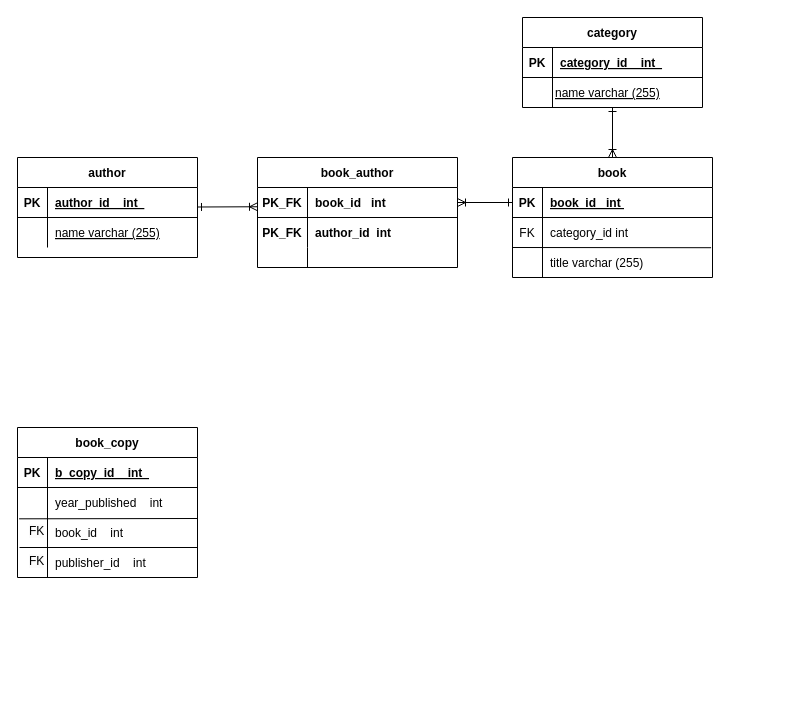
Earlier version of the draw.io diagram тест1.drawio (Dima013/HomeWork). Source tidied: cells renumbered, new cells numbered last; positions are measured from the earlier drawing's top-left corner, leaving out a move shared by most shapes. Both pictures are drawn from the tidied source at 100%, with x=0, y=0 at pixel (17, 17).
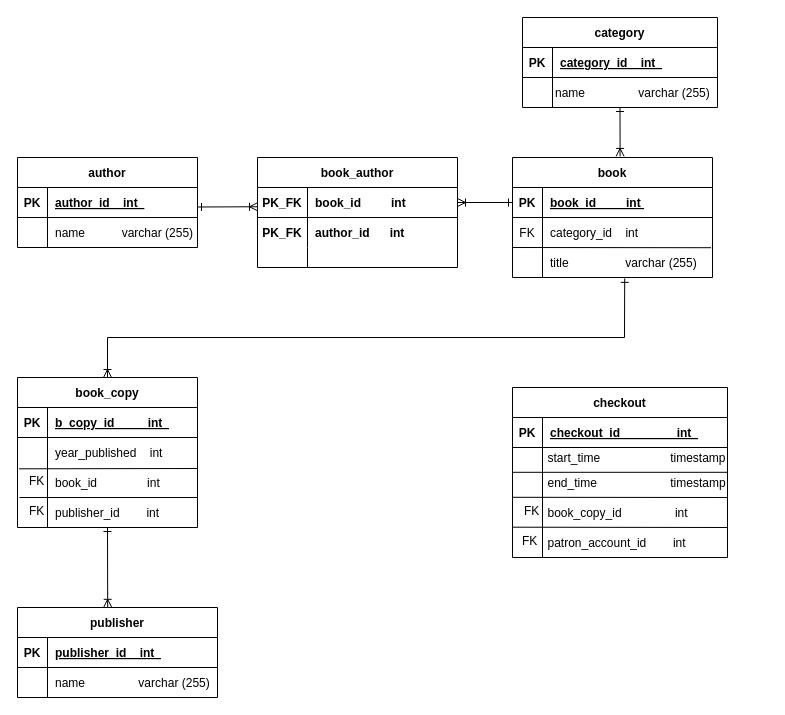
The same diagram, later.

The change refers to these unchanged cells:
```xml
<mxCell id="2" value="book" style="shape=table;startSize=30;childLayout=tableLayout;rowLines=0;fontStyle=1;align=center;" parent="1" vertex="1">
  <mxGeometry x="495" y="140" width="200" height="120" as="geometry" />
</mxCell>
<mxCell id="3" style="shape=partialRectangle;fillColor=none;points=[[0,0.5],[1,0.5]];portConstraint=eastwest;top=0;left=0;right=0;bottom=1;" parent="2" vertex="1">
  <mxGeometry y="30" width="200" height="30" as="geometry" />
</mxCell>
<mxCell id="6" style="shape=partialRectangle;fillColor=none;points=[[0,0.5],[1,0.5]];portConstraint=eastwest;top=0;left=0;right=0;bottom=0;" parent="2" vertex="1">
  <mxGeometry y="60" width="200" height="30" as="geometry" />
</mxCell>
<mxCell id="9" style="shape=partialRectangle;fillColor=none;points=[[0,0.5],[1,0.5]];portConstraint=eastwest;top=0;left=0;right=0;bottom=0;" parent="2" vertex="1">
  <mxGeometry y="90" width="200" height="30" as="geometry" />
</mxCell>
<mxCell id="22" style="shape=partialRectangle;fillColor=none;points=[[0,0.5],[1,0.5]];portConstraint=eastwest;top=0;left=0;right=0;bottom=1;" parent="21" vertex="1">
  <mxGeometry y="30" width="200" height="30" as="geometry" />
</mxCell>
<mxCell id="25" style="shape=partialRectangle;fillColor=none;top=0;left=0;right=0;bottom=0;" parent="21" vertex="1">
  <mxGeometry y="60" width="200" height="30" as="geometry" />
</mxCell>
<mxCell id="42" style="shape=partialRectangle;fillColor=none;top=0;left=0;right=0;bottom=1;" parent="41" vertex="1">
  <mxGeometry y="30" width="180" height="30" as="geometry" />
</mxCell>
<mxCell id="45" style="shape=partialRectangle;fillColor=none;points=[[0,0.5],[1,0.5]];portConstraint=eastwest;top=0;left=0;right=0;bottom=0;" parent="41" vertex="1">
  <mxGeometry y="60" width="180" height="90" as="geometry" />
</mxCell>
```

Change to the diagram source:
```diff
@@
-    <mxCell id="5" value="book_id   int " style="shape=partialRectangle;overflow=hidden;fillColor=none;top=0;left=0;bottom=0;right=0;align=left;spacingLeft=6;fontStyle=5;" parent="3" vertex="1">
+    <mxCell id="5" value="book_id         int " style="shape=partialRectangle;overflow=hidden;fillColor=none;top=0;left=0;bottom=0;right=0;align=left;spacingLeft=6;fontStyle=5;" parent="3" vertex="1">
       <mxGeometry x="30" width="170" height="30" as="geometry" />
     </mxCell>
@@
-    <mxCell id="8" value="category_id int " style="shape=partialRectangle;overflow=hidden;fillColor=none;top=0;left=0;bottom=0;right=0;align=left;spacingLeft=6;" parent="6" vertex="1">
+    <mxCell id="8" value="category_id    int " style="shape=partialRectangle;overflow=hidden;fillColor=none;top=0;left=0;bottom=0;right=0;align=left;spacingLeft=6;" parent="6" vertex="1">
       <mxGeometry x="30" width="170" height="30" as="geometry" />
     </mxCell>
@@
-    <mxCell id="11" value="title varchar (255)" style="shape=partialRectangle;overflow=hidden;fillColor=none;top=0;left=0;bottom=0;right=0;align=left;spacingLeft=6;" parent="9" vertex="1">
+    <mxCell id="11" value="title                 varchar (255)" style="shape=partialRectangle;overflow=hidden;fillColor=none;top=0;left=0;bottom=0;right=0;align=left;spacingLeft=6;" parent="9" vertex="1">
       <mxGeometry x="30" width="170" height="30" as="geometry" />
     </mxCell>
     <mxCell id="12" value="category" style="shape=table;startSize=30;childLayout=tableLayout;rowLines=0;fontStyle=1;align=center;" parent="1" vertex="1">
-      <mxGeometry x="505" width="180" height="90" as="geometry" />
+      <mxGeometry x="505" width="195" height="90" as="geometry" />
     </mxCell>
     <mxCell id="13" style="shape=partialRectangle;fillColor=none;top=0;left=0;right=0;bottom=1;" parent="12" vertex="1">
-      <mxGeometry y="30" width="180" height="30" as="geometry" />
+      <mxGeometry y="30" width="195" height="30" as="geometry" />
     </mxCell>
@@
     <mxCell id="15" value="category_id    int  " style="shape=partialRectangle;overflow=hidden;fillColor=none;top=0;left=0;bottom=0;right=0;align=left;spacingLeft=6;fontStyle=5;" parent="13" vertex="1">
-      <mxGeometry x="30" width="150" height="30" as="geometry" />
+      <mxGeometry x="30" width="165" height="30" as="geometry" />
     </mxCell>
     <mxCell id="16" style="shape=partialRectangle;fillColor=none;top=0;left=0;right=0;bottom=0;" parent="12" vertex="1">
-      <mxGeometry y="60" width="180" height="30" as="geometry" />
+      <mxGeometry y="60" width="195" height="30" as="geometry" />
     </mxCell>
@@
     <mxCell id="18" style="shape=partialRectangle;overflow=hidden;fillColor=none;top=0;left=0;bottom=0;right=0;align=left;spacingLeft=6;" parent="16" vertex="1">
-      <mxGeometry x="30" width="150" height="30" as="geometry" />
+      <mxGeometry x="30" width="165" height="30" as="geometry" />
     </mxCell>
-    <mxCell id="19" value="name varchar (255)" style="shape=partialRectangle;overflow=hidden;fillColor=none;top=0;left=0;bottom=0;right=0;align=left;spacingLeft=6;fontStyle=4;" parent="1" vertex="1">
+    <mxCell id="19" value="name                varchar (255)" style="shape=partialRectangle;overflow=hidden;fillColor=none;top=0;left=0;bottom=0;right=0;align=left;spacingLeft=6;fontStyle=0;" parent="1" vertex="1">
       <mxGeometry x="530" y="60" width="220" height="30" as="geometry" />
     </mxCell>
-    <mxCell id="20" style="endArrow=ERone;startArrow=ERoneToMany;html=1;rounded=0;entryX=0.5;entryY=1;entryDx=0;entryDy=0;exitX=0.5;exitY=0;exitDx=0;exitDy=0;endFill=0;startFill=0;" parent="1" edge="1" source="2" target="12">
+    <mxCell id="20" style="endArrow=ERone;startArrow=ERoneToMany;html=1;rounded=0;entryX=0.5;entryY=1;entryDx=0;entryDy=0;endFill=0;startFill=0;exitX=0.538;exitY=-0.009;exitDx=0;exitDy=0;exitPerimeter=0;" parent="1" edge="1" source="2" target="12">
       <mxGeometry relative="1" as="geometry" />
     </mxCell>
@@
-    <mxCell id="24" value="book_id   int " style="shape=partialRectangle;overflow=hidden;fillColor=none;top=0;left=0;bottom=0;right=0;align=left;spacingLeft=6;fontStyle=1;" parent="22" vertex="1">
+    <mxCell id="24" value="book_id         int " style="shape=partialRectangle;overflow=hidden;fillColor=none;top=0;left=0;bottom=0;right=0;align=left;spacingLeft=6;fontStyle=1;" parent="22" vertex="1">
       <mxGeometry x="50" width="150" height="30" as="geometry" />
     </mxCell>
@@
-    <mxCell id="27" value="author_id  int" style="shape=partialRectangle;overflow=hidden;fillColor=none;top=0;left=0;bottom=0;right=0;align=left;spacingLeft=6;fontStyle=1;" parent="25" vertex="1">
+    <mxCell id="27" value="author_id      int" style="shape=partialRectangle;overflow=hidden;fillColor=none;top=0;left=0;bottom=0;right=0;align=left;spacingLeft=6;fontStyle=1;" parent="25" vertex="1">
       <mxGeometry x="50" width="150" height="30" as="geometry" />
     </mxCell>
@@
     <mxCell id="32" value="author" style="shape=table;startSize=30;childLayout=tableLayout;rowLines=0;fontStyle=1;align=center;" parent="1" vertex="1">
-      <mxGeometry y="140" width="180" height="100" as="geometry" />
+      <mxGeometry y="140" width="180" height="90" as="geometry" />
     </mxCell>
@@
-    <mxCell id="39" value="name varchar (255)" style="shape=partialRectangle;overflow=hidden;fillColor=none;top=0;left=0;bottom=0;right=0;align=left;spacingLeft=6;fontStyle=4;" parent="1" vertex="1">
+    <mxCell id="39" value="name           varchar (255)" style="shape=partialRectangle;overflow=hidden;fillColor=none;top=0;left=0;bottom=0;right=0;align=left;spacingLeft=6;fontStyle=0;" parent="1" vertex="1">
       <mxGeometry x="30" y="200" width="220" height="30" as="geometry" />
     </mxCell>
@@
     <mxCell id="41" value="book_copy" style="shape=table;startSize=30;childLayout=tableLayout;rowLines=0;fontStyle=1;align=center;" parent="1" vertex="1">
-      <mxGeometry y="410" width="180" height="150" as="geometry" />
+      <mxGeometry y="360" width="180" height="150" as="geometry" />
     </mxCell>
@@
-    <mxCell id="44" value="b_copy_id    int  " style="shape=partialRectangle;overflow=hidden;fillColor=none;top=0;left=0;bottom=0;right=0;align=left;spacingLeft=6;fontStyle=5;" parent="42" vertex="1">
+    <mxCell id="44" value="b_copy_id          int  " style="shape=partialRectangle;overflow=hidden;fillColor=none;top=0;left=0;bottom=0;right=0;align=left;spacingLeft=6;fontStyle=5;" parent="42" vertex="1">
       <mxGeometry x="30" width="150" height="30" as="geometry" />
     </mxCell>
@@
     <mxCell id="48" value="year_published    int  " style="shape=partialRectangle;overflow=hidden;fillColor=none;top=0;left=0;bottom=0;right=0;align=left;spacingLeft=6;fontStyle=0;" parent="1" vertex="1">
-      <mxGeometry x="30" y="470" width="150" height="30" as="geometry" />
+      <mxGeometry x="30" y="420" width="150" height="30" as="geometry" />
     </mxCell>
-    <mxCell id="49" value="book_id    int  " style="shape=partialRectangle;overflow=hidden;fillColor=none;top=0;left=0;bottom=0;right=0;align=left;spacingLeft=6;fontStyle=0;" parent="1" vertex="1">
-      <mxGeometry x="30" y="500" width="150" height="30" as="geometry" />
+    <mxCell id="49" value="book_id               int  " style="shape=partialRectangle;overflow=hidden;fillColor=none;top=0;left=0;bottom=0;right=0;align=left;spacingLeft=6;fontStyle=0;" parent="1" vertex="1">
+      <mxGeometry x="30" y="450" width="150" height="30" as="geometry" />
     </mxCell>
     <mxCell id="50" style="endArrow=none;html=1;rounded=0;exitX=0.009;exitY=0.348;exitDx=0;exitDy=0;exitPerimeter=0;" parent="1" edge="1" source="45">
       <mxGeometry relative="1" as="geometry">
-        <mxPoint x="180" y="501" as="targetPoint" />
+        <mxPoint x="180" y="451" as="targetPoint" />
       </mxGeometry>
     </mxCell>
@@
     <mxCell id="52" style="endArrow=none;html=1;rounded=0;exitX=0.009;exitY=0.348;exitDx=0;exitDy=0;exitPerimeter=0;" parent="1" edge="1">
       <mxGeometry relative="1" as="geometry">
-        <mxPoint x="2" y="530" as="sourcePoint" />
-        <mxPoint x="180" y="530" as="targetPoint" />
+        <mxPoint x="2" y="480" as="sourcePoint" />
+        <mxPoint x="180" y="480" as="targetPoint" />
       </mxGeometry>
     </mxCell>
     <mxCell id="53" value="&lt;span style=&quot;color: rgb(0, 0, 0); font-family: Helvetica; font-size: 12px; font-style: normal; font-variant-ligatures: normal; font-variant-caps: normal; font-weight: 400; letter-spacing: normal; orphans: 2; text-align: center; text-indent: 0px; text-transform: none; widows: 2; word-spacing: 0px; -webkit-text-stroke-width: 0px; background-color: rgb(251, 251, 251); text-decoration-thickness: initial; text-decoration-style: initial; text-decoration-color: initial; float: none; display: inline !important;&quot;&gt;FK&lt;/span&gt;" style="text;whiteSpace=wrap;html=1;" parent="1" vertex="1">
-      <mxGeometry x="10" y="530" width="20" height="30" as="geometry" />
+      <mxGeometry x="10" y="480" width="20" height="30" as="geometry" />
     </mxCell>
     <mxCell id="54" value="&lt;span style=&quot;color: rgb(0, 0, 0); font-family: Helvetica; font-size: 12px; font-style: normal; font-variant-ligatures: normal; font-variant-caps: normal; font-weight: 400; letter-spacing: normal; orphans: 2; text-align: center; text-indent: 0px; text-transform: none; widows: 2; word-spacing: 0px; -webkit-text-stroke-width: 0px; background-color: rgb(251, 251, 251); text-decoration-thickness: initial; text-decoration-style: initial; text-decoration-color: initial; float: none; display: inline !important;&quot;&gt;FK&lt;/span&gt;" style="text;whiteSpace=wrap;html=1;" parent="1" vertex="1">
-      <mxGeometry x="10" y="500" width="20" height="30" as="geometry" />
+      <mxGeometry x="10" y="450" width="20" height="30" as="geometry" />
     </mxCell>
-    <mxCell id="55" value="publisher_id    int  " style="shape=partialRectangle;overflow=hidden;fillColor=none;top=0;left=0;bottom=0;right=0;align=left;spacingLeft=6;fontStyle=0;" parent="1" vertex="1">
-      <mxGeometry x="30" y="530" width="150" height="30" as="geometry" />
+    <mxCell id="55" value="publisher_id        int  " style="shape=partialRectangle;overflow=hidden;fillColor=none;top=0;left=0;bottom=0;right=0;align=left;spacingLeft=6;fontStyle=0;" parent="1" vertex="1">
+      <mxGeometry x="30" y="480" width="150" height="30" as="geometry" />
     </mxCell>
+    <mxCell id="56" style="endArrow=ERone;startArrow=ERoneToMany;html=1;rounded=0;exitX=0.5;exitY=0;exitDx=0;exitDy=0;entryX=0.561;entryY=1.029;entryDx=0;entryDy=0;entryPerimeter=0;startFill=0;endFill=0;" parent="1" edge="1" source="41" target="9">
+      <mxGeometry relative="1" as="geometry">
+        <Array as="points">
+          <mxPoint x="90" y="320" />
+          <mxPoint x="607" y="320" />
+        </Array>
+      </mxGeometry>
+    </mxCell>
+    <mxCell id="57" value="publisher" style="shape=table;startSize=30;childLayout=tableLayout;rowLines=0;fontStyle=1;align=center;" parent="1" vertex="1">
+      <mxGeometry y="590" width="200" height="90" as="geometry" />
+    </mxCell>
+    <mxCell id="58" style="shape=partialRectangle;fillColor=none;top=0;left=0;right=0;bottom=1;" parent="57" vertex="1">
+      <mxGeometry y="30" width="200" height="30" as="geometry" />
+    </mxCell>
+    <mxCell id="59" value="PK" style="shape=partialRectangle;overflow=hidden;fillColor=none;top=0;left=0;bottom=0;right=0;fontStyle=1;" parent="58" vertex="1">
+      <mxGeometry width="30" height="30" as="geometry" />
+    </mxCell>
+    <mxCell id="60" value="publisher_id    int  " style="shape=partialRectangle;overflow=hidden;fillColor=none;top=0;left=0;bottom=0;right=0;align=left;spacingLeft=6;fontStyle=5;" parent="58" vertex="1">
+      <mxGeometry x="30" width="170" height="30" as="geometry" />
+    </mxCell>
+    <mxCell id="61" style="shape=partialRectangle;fillColor=none;top=0;left=0;right=0;bottom=0;" parent="57" vertex="1">
+      <mxGeometry y="60" width="200" height="30" as="geometry" />
+    </mxCell>
+    <mxCell id="62" style="shape=partialRectangle;overflow=hidden;fillColor=none;top=0;left=0;bottom=0;right=0;" parent="61" vertex="1">
+      <mxGeometry width="30" height="30" as="geometry" />
+    </mxCell>
+    <mxCell id="63" style="shape=partialRectangle;overflow=hidden;fillColor=none;top=0;left=0;bottom=0;right=0;align=left;spacingLeft=6;" parent="61" vertex="1">
+      <mxGeometry x="30" width="170" height="30" as="geometry" />
+    </mxCell>
+    <mxCell id="64" value="name                varchar (255)" style="shape=partialRectangle;overflow=hidden;fillColor=none;top=0;left=0;bottom=0;right=0;align=left;spacingLeft=6;fontStyle=0;" parent="1" vertex="1">
+      <mxGeometry x="30" y="650" width="220" height="30" as="geometry" />
+    </mxCell>
+    <mxCell id="65" style="endArrow=ERone;startArrow=ERoneToMany;html=1;rounded=0;exitX=0.451;exitY=-0.002;exitDx=0;exitDy=0;startFill=0;endFill=0;exitPerimeter=0;" parent="1" edge="1" source="57">
+      <mxGeometry relative="1" as="geometry">
+        <mxPoint x="90" y="510" as="targetPoint" />
+      </mxGeometry>
+    </mxCell>
+    <mxCell id="66" value="checkout" style="shape=table;startSize=30;childLayout=tableLayout;rowLines=0;fontStyle=1;align=center;" parent="1" vertex="1">
+      <mxGeometry x="495" y="370" width="215" height="170" as="geometry" />
+    </mxCell>
+    <mxCell id="67" style="shape=partialRectangle;fillColor=none;top=0;left=0;right=0;bottom=1;" parent="66" vertex="1">
+      <mxGeometry y="30" width="215" height="30" as="geometry" />
+    </mxCell>
+    <mxCell id="68" value="PK" style="shape=partialRectangle;overflow=hidden;fillColor=none;top=0;left=0;bottom=0;right=0;fontStyle=1;" parent="67" vertex="1">
+      <mxGeometry width="30" height="30" as="geometry" />
+    </mxCell>
+    <mxCell id="69" value="checkout_id                 int  " style="shape=partialRectangle;overflow=hidden;fillColor=none;top=0;left=0;bottom=0;right=0;align=left;spacingLeft=6;fontStyle=5;" parent="67" vertex="1">
+      <mxGeometry x="30" width="185" height="30" as="geometry" />
+    </mxCell>
+    <mxCell id="70" style="shape=partialRectangle;fillColor=none;top=0;left=0;right=0;bottom=0;" parent="66" vertex="1">
+      <mxGeometry y="60" width="215" height="110" as="geometry" />
+    </mxCell>
+    <mxCell id="71" style="shape=partialRectangle;overflow=hidden;fillColor=none;top=0;left=0;bottom=0;right=0;" parent="70" vertex="1">
+      <mxGeometry width="30" height="110" as="geometry" />
+    </mxCell>
+    <mxCell id="72" style="shape=partialRectangle;overflow=hidden;fillColor=none;top=0;left=0;bottom=0;right=0;align=left;spacingLeft=6;" parent="70" vertex="1">
+      <mxGeometry x="30" width="185" height="110" as="geometry" />
+    </mxCell>
+    <mxCell id="73" value="start_time                     timestamp" style="shape=partialRectangle;overflow=hidden;fillColor=none;top=0;left=0;bottom=0;right=0;align=left;spacingLeft=6;fontStyle=0;" parent="1" vertex="1">
+      <mxGeometry x="522.5" y="430" width="197.5" height="20" as="geometry" />
+    </mxCell>
+    <mxCell id="74" value="end_time                      timestamp" style="shape=partialRectangle;overflow=hidden;fillColor=none;top=0;left=0;bottom=0;right=0;align=left;spacingLeft=6;fontStyle=0;" parent="1" vertex="1">
+      <mxGeometry x="522.5" y="450" width="207.5" height="30" as="geometry" />
+    </mxCell>
+    <mxCell id="75" value="book_copy_id                int" style="shape=partialRectangle;overflow=hidden;fillColor=none;top=0;left=0;bottom=0;right=0;align=left;spacingLeft=6;fontStyle=0;" parent="1" vertex="1">
+      <mxGeometry x="522.5" y="480" width="172.5" height="30" as="geometry" />
+    </mxCell>
+    <mxCell id="76" value="&lt;span style=&quot;color: rgb(0, 0, 0); font-family: Helvetica; font-size: 12px; font-style: normal; font-variant-ligatures: normal; font-variant-caps: normal; font-weight: 400; letter-spacing: normal; orphans: 2; text-align: center; text-indent: 0px; text-transform: none; widows: 2; word-spacing: 0px; -webkit-text-stroke-width: 0px; background-color: rgb(251, 251, 251); text-decoration-thickness: initial; text-decoration-style: initial; text-decoration-color: initial; float: none; display: inline !important;&quot;&gt;FK&lt;/span&gt;" style="text;whiteSpace=wrap;html=1;" parent="1" vertex="1">
+      <mxGeometry x="505" y="480" width="20" height="30" as="geometry" />
+    </mxCell>
+    <mxCell id="77" style="endArrow=none;html=1;rounded=0;exitX=0.009;exitY=0.348;exitDx=0;exitDy=0;exitPerimeter=0;" parent="1" edge="1">
+      <mxGeometry relative="1" as="geometry">
+        <mxPoint x="495" y="454.8" as="sourcePoint" />
+        <mxPoint x="710" y="454.8" as="targetPoint" />
+      </mxGeometry>
+    </mxCell>
+    <mxCell id="78" style="endArrow=none;html=1;rounded=0;exitX=0.009;exitY=0.348;exitDx=0;exitDy=0;exitPerimeter=0;" parent="1" edge="1">
+      <mxGeometry relative="1" as="geometry">
+        <mxPoint x="495" y="479.8" as="sourcePoint" />
+        <mxPoint x="710" y="480" as="targetPoint" />
+      </mxGeometry>
+    </mxCell>
+    <mxCell id="79" value="patron_account_id        int" style="shape=partialRectangle;overflow=hidden;fillColor=none;top=0;left=0;bottom=0;right=0;align=left;spacingLeft=6;fontStyle=0;" parent="1" vertex="1">
+      <mxGeometry x="522.5" y="510" width="172.5" height="30" as="geometry" />
+    </mxCell>
+    <mxCell id="80" style="endArrow=none;html=1;rounded=0;exitX=0.009;exitY=0.348;exitDx=0;exitDy=0;exitPerimeter=0;" parent="1" edge="1">
+      <mxGeometry relative="1" as="geometry">
+        <mxPoint x="495" y="509.7" as="sourcePoint" />
+        <mxPoint x="710" y="510" as="targetPoint" />
+      </mxGeometry>
+    </mxCell>
+    <mxCell id="81" value="&lt;span style=&quot;color: rgb(0, 0, 0); font-family: Helvetica; font-size: 12px; font-style: normal; font-variant-ligatures: normal; font-variant-caps: normal; font-weight: 400; letter-spacing: normal; orphans: 2; text-align: center; text-indent: 0px; text-transform: none; widows: 2; word-spacing: 0px; -webkit-text-stroke-width: 0px; background-color: rgb(251, 251, 251); text-decoration-thickness: initial; text-decoration-style: initial; text-decoration-color: initial; float: none; display: inline !important;&quot;&gt;FK&lt;/span&gt;" style="text;whiteSpace=wrap;html=1;" parent="1" vertex="1">
+      <mxGeometry x="502.5" y="510" width="20" height="30" as="geometry" />
+    </mxCell>
```
